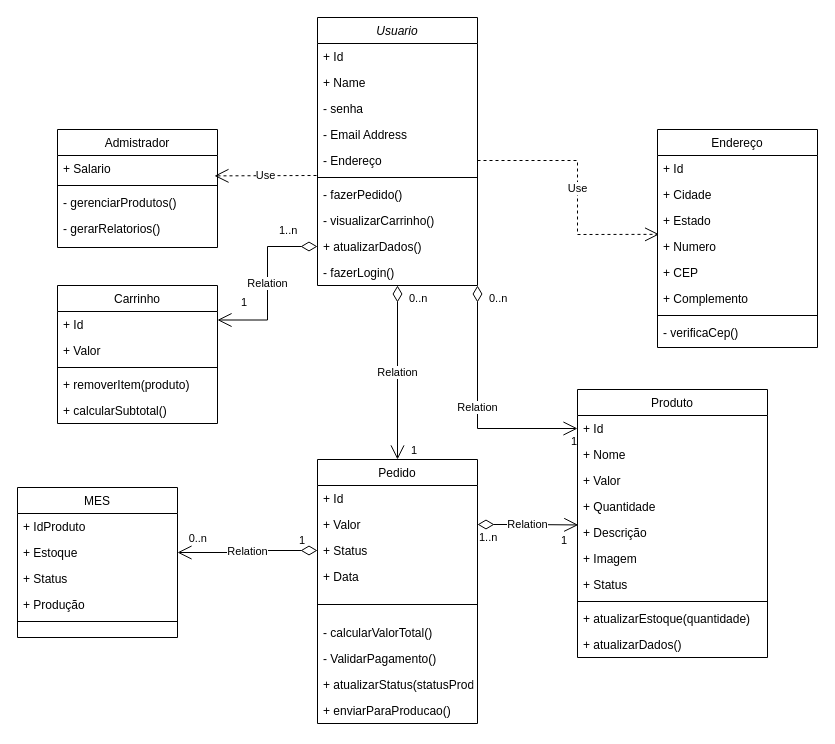
Akil23-alt/Diagrama-de-classe keeps this draw.io diagram as Diagrama de classe.drawio. Above is the earlier version. Source tidied: cells renumbered, new cells numbered last; positions are measured from the earlier drawing's top-left corner, leaving out a move shared by most shapes. Both pictures are drawn from the tidied source at 100%, with x=0, y=0 at pixel (17, 17).
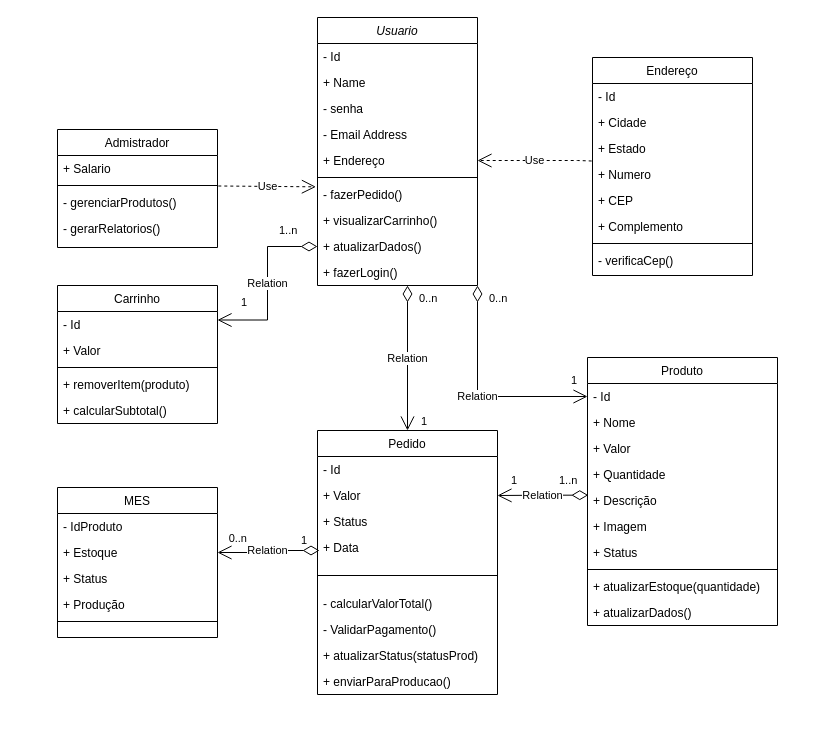
The same diagram, later.

Unchanged cells that the change refers to:
```xml
<mxCell id="2" value="Usuario" style="swimlane;fontStyle=2;align=center;verticalAlign=top;horizontal=1;startSize=26;rounded=0;shadow=0;strokeWidth=1;" parent="1" vertex="1">
  <mxGeometry x="300" width="160" height="268" as="geometry" />
</mxCell>
<mxCell id="9" value="- fazerPedido()" style="text;align=left;verticalAlign=top;spacingLeft=4;spacingRight=4;overflow=hidden;points=[[0,0.5],[1,0.5]];portConstraint=eastwest;" parent="2" vertex="1">
  <mxGeometry y="164" width="160" height="26" as="geometry" />
</mxCell>
<mxCell id="17" value="+ Numero" style="text;align=left;verticalAlign=top;spacingLeft=4;spacingRight=4;overflow=hidden;points=[[0,0.5],[1,0.5]];portConstraint=eastwest;rounded=0;shadow=0;html=0;" parent="13" vertex="1">
  <mxGeometry y="104" width="160" height="26" as="geometry" />
</mxCell>
<mxCell id="23" value="+ Salario" style="text;align=left;verticalAlign=top;spacingLeft=4;spacingRight=4;overflow=hidden;points=[[0,0.5],[1,0.5]];portConstraint=eastwest;" parent="22" vertex="1">
  <mxGeometry y="26" width="160" height="26" as="geometry" />
</mxCell>
<mxCell id="25" value="- gerenciarProdutos()" style="text;align=left;verticalAlign=top;spacingLeft=4;spacingRight=4;overflow=hidden;points=[[0,0.5],[1,0.5]];portConstraint=eastwest;" parent="22" vertex="1">
  <mxGeometry y="60" width="160" height="26" as="geometry" />
</mxCell>
<mxCell id="32" value="+ Descrição" style="text;align=left;verticalAlign=top;spacingLeft=4;spacingRight=4;overflow=hidden;points=[[0,0.5],[1,0.5]];portConstraint=eastwest;rounded=0;shadow=0;html=0;" parent="27" vertex="1">
  <mxGeometry y="130" width="190" height="26" as="geometry" />
</mxCell>
<mxCell id="38" value="Carrinho" style="swimlane;fontStyle=0;align=center;verticalAlign=top;horizontal=1;startSize=26;rounded=0;shadow=0;strokeWidth=1;" parent="1" vertex="1">
  <mxGeometry x="40" y="268" width="160" height="138" as="geometry" />
</mxCell>
<mxCell id="46" value="+ Estoque" style="text;align=left;verticalAlign=top;spacingLeft=4;spacingRight=4;overflow=hidden;points=[[0,0.5],[1,0.5]];portConstraint=eastwest;rounded=0;shadow=0;html=0;" parent="44" vertex="1">
  <mxGeometry y="52" width="160" height="26" as="geometry" />
</mxCell>
<mxCell id="63" value="Relation" style="endArrow=open;html=1;endSize=12;startArrow=diamondThin;startSize=14;startFill=0;edgeStyle=orthogonalEdgeStyle;rounded=0;entryX=0;entryY=0.5;entryDx=0;entryDy=0;exitX=1;exitY=1;exitDx=0;exitDy=0;" parent="1" edge="1" source="2" target="28">
  <mxGeometry relative="1" as="geometry" />
</mxCell>
```

The edit, as a diff of the source:
```diff
@@
-    <mxCell id="3" value="+ Id" style="text;align=left;verticalAlign=top;spacingLeft=4;spacingRight=4;overflow=hidden;rounded=0;shadow=0;html=0;" parent="2" vertex="1">
+    <mxCell id="3" value="- Id" style="text;align=left;verticalAlign=top;spacingLeft=4;spacingRight=4;overflow=hidden;rounded=0;shadow=0;html=0;" parent="2" vertex="1">
       <mxGeometry y="26" width="160" height="26" as="geometry" />
     </mxCell>
@@
-    <mxCell id="7" value="- Endereço" style="text;align=left;verticalAlign=top;spacingLeft=4;spacingRight=4;overflow=hidden;points=[[0,0.5],[1,0.5]];portConstraint=eastwest;rounded=0;shadow=0;html=0;" parent="2" vertex="1">
+    <mxCell id="7" value="+ Endereço" style="text;align=left;verticalAlign=top;spacingLeft=4;spacingRight=4;overflow=hidden;points=[[0,0.5],[1,0.5]];portConstraint=eastwest;rounded=0;shadow=0;html=0;" parent="2" vertex="1">
       <mxGeometry y="130" width="160" height="26" as="geometry" />
     </mxCell>
@@
-    <mxCell id="10" value="- visualizarCarrinho()" style="text;align=left;verticalAlign=top;spacingLeft=4;spacingRight=4;overflow=hidden;" parent="2" vertex="1">
+    <mxCell id="10" value="+ visualizarCarrinho()" style="text;align=left;verticalAlign=top;spacingLeft=4;spacingRight=4;overflow=hidden;" parent="2" vertex="1">
       <mxGeometry y="190" width="160" height="26" as="geometry" />
     </mxCell>
@@
-    <mxCell id="12" value="- fazerLogin()" style="text;align=left;verticalAlign=top;spacingLeft=4;spacingRight=4;overflow=hidden;" parent="2" vertex="1">
+    <mxCell id="12" value="+ fazerLogin()" style="text;align=left;verticalAlign=top;spacingLeft=4;spacingRight=4;overflow=hidden;" parent="2" vertex="1">
       <mxGeometry y="242" width="160" height="26" as="geometry" />
     </mxCell>
     <mxCell id="13" value="Endereço" style="swimlane;fontStyle=0;align=center;verticalAlign=top;horizontal=1;startSize=26;rounded=0;shadow=0;strokeWidth=1;" parent="1" vertex="1">
-      <mxGeometry x="640" y="112" width="160" height="218" as="geometry" />
+      <mxGeometry x="575" y="40" width="160" height="218" as="geometry" />
     </mxCell>
-    <mxCell id="14" value="+ Id" style="text;align=left;verticalAlign=top;spacingLeft=4;spacingRight=4;overflow=hidden;rounded=0;shadow=0;html=0;" parent="13" vertex="1">
+    <mxCell id="14" value="- Id" style="text;align=left;verticalAlign=top;spacingLeft=4;spacingRight=4;overflow=hidden;rounded=0;shadow=0;html=0;" parent="13" vertex="1">
       <mxGeometry y="26" width="160" height="26" as="geometry" />
     </mxCell>
@@
     <mxCell id="27" value="Produto" style="swimlane;fontStyle=0;align=center;verticalAlign=top;horizontal=1;startSize=26;rounded=0;shadow=0;strokeWidth=1;" parent="1" vertex="1">
-      <mxGeometry x="560" y="372" width="190" height="268" as="geometry" />
+      <mxGeometry x="570" y="340" width="190" height="268" as="geometry" />
     </mxCell>
-    <mxCell id="28" value="+ Id" style="text;align=left;verticalAlign=top;spacingLeft=4;spacingRight=4;overflow=hidden;points=[[0,0.5],[1,0.5]];portConstraint=eastwest;rounded=0;shadow=0;html=0;" parent="27" vertex="1">
+    <mxCell id="28" value="- Id" style="text;align=left;verticalAlign=top;spacingLeft=4;spacingRight=4;overflow=hidden;points=[[0,0.5],[1,0.5]];portConstraint=eastwest;rounded=0;shadow=0;html=0;" parent="27" vertex="1">
       <mxGeometry y="26" width="190" height="26" as="geometry" />
     </mxCell>
@@
-    <mxCell id="39" value="+ Id" style="text;align=left;verticalAlign=top;spacingLeft=4;spacingRight=4;overflow=hidden;rounded=0;shadow=0;html=0;" parent="38" vertex="1">
+    <mxCell id="39" value="- Id" style="text;align=left;verticalAlign=top;spacingLeft=4;spacingRight=4;overflow=hidden;rounded=0;shadow=0;html=0;" parent="38" vertex="1">
       <mxGeometry y="26" width="160" height="26" as="geometry" />
     </mxCell>
@@
     <mxCell id="44" value="MES" style="swimlane;fontStyle=0;align=center;verticalAlign=top;horizontal=1;startSize=26;rounded=0;shadow=0;strokeWidth=1;" parent="1" vertex="1">
-      <mxGeometry y="470" width="160" height="150" as="geometry" />
+      <mxGeometry x="40" y="470" width="160" height="150" as="geometry" />
     </mxCell>
-    <mxCell id="45" value="+ IdProduto" style="text;align=left;verticalAlign=top;spacingLeft=4;spacingRight=4;overflow=hidden;rounded=0;shadow=0;html=0;" parent="44" vertex="1">
+    <mxCell id="45" value="- IdProduto" style="text;align=left;verticalAlign=top;spacingLeft=4;spacingRight=4;overflow=hidden;rounded=0;shadow=0;html=0;" parent="44" vertex="1">
       <mxGeometry y="26" width="160" height="26" as="geometry" />
     </mxCell>
@@
     <mxCell id="50" value="Pedido" style="swimlane;fontStyle=0;align=center;verticalAlign=top;horizontal=1;startSize=26;rounded=0;shadow=0;strokeWidth=1;" parent="1" vertex="1">
-      <mxGeometry x="300" y="442" width="160" height="264" as="geometry" />
+      <mxGeometry x="300" y="413" width="180" height="264" as="geometry" />
     </mxCell>
-    <mxCell id="51" value="+ Id" style="text;align=left;verticalAlign=top;spacingLeft=4;spacingRight=4;overflow=hidden;rounded=0;shadow=0;html=0;" parent="50" vertex="1">
-      <mxGeometry y="26" width="160" height="26" as="geometry" />
+    <mxCell id="51" value="- Id" style="text;align=left;verticalAlign=top;spacingLeft=4;spacingRight=4;overflow=hidden;rounded=0;shadow=0;html=0;" parent="50" vertex="1">
+      <mxGeometry y="26" width="180" height="26" as="geometry" />
     </mxCell>
     <mxCell id="52" value="+ Valor" style="text;align=left;verticalAlign=top;spacingLeft=4;spacingRight=4;overflow=hidden;points=[[0,0.5],[1,0.5]];portConstraint=eastwest;rounded=0;shadow=0;html=0;" parent="50" vertex="1">
-      <mxGeometry y="52" width="160" height="26" as="geometry" />
+      <mxGeometry y="52" width="180" height="26" as="geometry" />
     </mxCell>
     <mxCell id="53" value="+ Status" style="text;align=left;verticalAlign=top;spacingLeft=4;spacingRight=4;overflow=hidden;points=[[0,0.5],[1,0.5]];portConstraint=eastwest;rounded=0;shadow=0;html=0;" parent="50" vertex="1">
-      <mxGeometry y="78" width="160" height="26" as="geometry" />
+      <mxGeometry y="78" width="180" height="26" as="geometry" />
     </mxCell>
     <mxCell id="54" value="+ Data" style="text;align=left;verticalAlign=top;spacingLeft=4;spacingRight=4;overflow=hidden;rounded=0;shadow=0;html=0;" parent="50" vertex="1">
-      <mxGeometry y="104" width="160" height="26" as="geometry" />
+      <mxGeometry y="104" width="180" height="26" as="geometry" />
     </mxCell>
     <mxCell id="55" style="line;html=1;strokeWidth=1;align=left;verticalAlign=middle;spacingTop=-1;spacingLeft=3;spacingRight=3;labelPosition=right;" parent="50" vertex="1">
-      <mxGeometry y="130" width="160" height="30" as="geometry" />
+      <mxGeometry y="130" width="180" height="30" as="geometry" />
     </mxCell>
     <mxCell id="56" value="- calcularValorTotal()" style="text;align=left;verticalAlign=top;spacingLeft=4;spacingRight=4;overflow=hidden;rounded=0;shadow=0;html=0;" parent="50" vertex="1">
-      <mxGeometry y="160" width="160" height="26" as="geometry" />
+      <mxGeometry y="160" width="180" height="26" as="geometry" />
     </mxCell>
     <mxCell id="57" value="- ValidarPagamento()" style="text;align=left;verticalAlign=top;spacingLeft=4;spacingRight=4;overflow=hidden;" parent="50" vertex="1">
-      <mxGeometry y="186" width="160" height="26" as="geometry" />
+      <mxGeometry y="186" width="180" height="26" as="geometry" />
     </mxCell>
     <mxCell id="58" value="+ atualizarStatus(statusProd)" style="text;align=left;verticalAlign=top;spacingLeft=4;spacingRight=4;overflow=hidden;rounded=0;shadow=0;html=0;" parent="50" vertex="1">
-      <mxGeometry y="212" width="160" height="26" as="geometry" />
+      <mxGeometry y="212" width="180" height="26" as="geometry" />
     </mxCell>
     <mxCell id="59" value="+ enviarParaProducao()" style="text;align=left;verticalAlign=top;spacingLeft=4;spacingRight=4;overflow=hidden;rounded=0;shadow=0;html=0;" parent="50" vertex="1">
-      <mxGeometry y="238" width="160" height="26" as="geometry" />
+      <mxGeometry y="238" width="180" height="26" as="geometry" />
     </mxCell>
-    <mxCell id="60" value="Relation" style="endArrow=open;html=1;endSize=12;startArrow=diamondThin;startSize=14;startFill=0;edgeStyle=orthogonalEdgeStyle;rounded=0;exitX=0.5;exitY=1;exitDx=0;exitDy=0;entryX=0.5;entryY=0;entryDx=0;entryDy=0;" parent="1" edge="1" source="2" target="50">
-      <mxGeometry relative="1" as="geometry" />
+    <mxCell id="60" value="Relation" style="endArrow=open;html=1;endSize=12;startArrow=diamondThin;startSize=14;startFill=0;edgeStyle=orthogonalEdgeStyle;rounded=0;entryX=0.5;entryY=0;entryDx=0;entryDy=0;" parent="1" edge="1" target="50">
+      <mxGeometry relative="1" as="geometry">
+        <mxPoint x="390" y="268" as="sourcePoint" />
+        <Array as="points">
+          <mxPoint x="390" y="268" />
+        </Array>
+      </mxGeometry>
     </mxCell>
@@
     <mxCell id="65" value="1" style="edgeLabel;html=1;align=right;verticalAlign=top;" parent="63" vertex="1">
-      <mxGeometry x="1" relative="1" as="geometry" />
+      <mxGeometry x="1" relative="1" as="geometry">
+        <mxPoint x="-10" y="-29" as="offset" />
+      </mxGeometry>
     </mxCell>
@@
-    <mxCell id="69" value="Use" style="endArrow=open;endSize=12;dashed=1;html=1;rounded=0;entryX=0.01;entryY=0.033;entryDx=0;entryDy=0;entryPerimeter=0;exitX=1;exitY=0.5;exitDx=0;exitDy=0;" parent="1" edge="1" source="7" target="17">
+    <mxCell id="69" value="Use" style="endArrow=open;endSize=12;dashed=1;html=1;rounded=0;exitX=-0.005;exitY=-0.019;exitDx=0;exitDy=0;exitPerimeter=0;entryX=1;entryY=0.5;entryDx=0;entryDy=0;" parent="1" edge="1" source="17" target="7">
       <mxGeometry relative="1" as="geometry">
         <Array as="points">
           <mxPoint x="560" y="143" />
-          <mxPoint x="560" y="217" />
         </Array>
       </mxGeometry>
     </mxCell>
-    <mxCell id="70" value="Use" style="endArrow=open;endSize=12;dashed=1;html=1;rounded=0;entryX=0.981;entryY=0.784;entryDx=0;entryDy=0;entryPerimeter=0;" parent="1" edge="1" target="23">
-      <mxGeometry relative="1" as="geometry">
-        <mxPoint x="299" y="158" as="sourcePoint" />
-      </mxGeometry>
+    <mxCell id="70" value="Use" style="endArrow=open;endSize=12;dashed=1;html=1;rounded=0;exitX=1.005;exitY=-0.135;exitDx=0;exitDy=0;exitPerimeter=0;entryX=-0.01;entryY=0.205;entryDx=0;entryDy=0;entryPerimeter=0;" parent="1" edge="1" source="25" target="9">
+      <mxGeometry relative="1" as="geometry" />
     </mxCell>
-    <mxCell id="71" value="Relation" style="endArrow=open;html=1;endSize=12;startArrow=diamondThin;startSize=14;startFill=0;edgeStyle=orthogonalEdgeStyle;rounded=0;entryX=1;entryY=0.5;entryDx=0;entryDy=0;exitX=0;exitY=0.5;exitDx=0;exitDy=0;" parent="1" edge="1" source="53" target="46">
+    <mxCell id="71" value="Relation" style="endArrow=open;html=1;endSize=12;startArrow=diamondThin;startSize=14;startFill=0;edgeStyle=orthogonalEdgeStyle;rounded=0;entryX=1;entryY=0.5;entryDx=0;entryDy=0;" parent="1" edge="1" target="46">
       <mxGeometry relative="1" as="geometry">
+        <mxPoint x="302" y="533" as="sourcePoint" />
         <Array as="points">
+          <mxPoint x="302" y="533" />
           <mxPoint x="230" y="533" />
           <mxPoint x="230" y="535" />
         </Array>
       </mxGeometry>
     </mxCell>
@@
-    <mxCell id="74" value="Relation" style="endArrow=open;html=1;endSize=12;startArrow=diamondThin;startSize=14;startFill=0;edgeStyle=orthogonalEdgeStyle;rounded=0;entryX=0.004;entryY=0.21;entryDx=0;entryDy=0;exitX=1;exitY=0.5;exitDx=0;exitDy=0;entryPerimeter=0;" parent="1" edge="1" source="52" target="32">
+    <mxCell id="74" value="Relation" style="endArrow=open;html=1;endSize=12;startArrow=diamondThin;startSize=14;startFill=0;edgeStyle=orthogonalEdgeStyle;rounded=0;entryX=1;entryY=0.5;entryDx=0;entryDy=0;exitX=0.004;exitY=0.295;exitDx=0;exitDy=0;exitPerimeter=0;" parent="1" edge="1" source="32" target="52">
       <mxGeometry relative="1" as="geometry" />
     </mxCell>
     <mxCell id="75" value="1..n" style="edgeLabel;html=1;align=left;verticalAlign=top;" parent="74" vertex="1">
-      <mxGeometry x="-1" relative="1" as="geometry" />
+      <mxGeometry x="-1" relative="1" as="geometry">
+        <mxPoint x="-31" y="-28" as="offset" />
+      </mxGeometry>
     </mxCell>
     <mxCell id="76" value="1" style="edgeLabel;html=1;align=right;verticalAlign=top;" parent="74" vertex="1">
       <mxGeometry x="1" relative="1" as="geometry">
-        <mxPoint x="-10" y="3" as="offset" />
+        <mxPoint x="20" y="-28" as="offset" />
       </mxGeometry>
     </mxCell>
```
